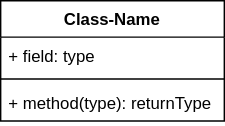
The draw.io diagram source/images/design_pattern/structural/class_diagram/class_methods.svg in SakulFlee/sakulflee.github.io, before a commit. Source tidied: cells renumbered, new cells last; positions are measured from the earlier drawing's top-left corner, leaving out a move shared by most shapes. Source of this version:
```xml
<mxGraphModel>
  <root>
    <mxCell id="0" />
    <mxCell id="1" parent="0" />
    <mxCell id="2" value="Class-Name" style="swimlane;fontStyle=1;align=center;verticalAlign=top;horizontal=1;startSize=26;" parent="1" vertex="1">
      <mxGeometry width="160" height="86" as="geometry" />
    </mxCell>
    <mxCell id="3" value="+ field: type" style="text;strokeColor=none;fillColor=none;align=left;verticalAlign=top;spacingLeft=4;spacingRight=4;overflow=hidden;" parent="2" vertex="1">
      <mxGeometry y="26" width="160" height="26" as="geometry" />
    </mxCell>
    <mxCell id="4" style="line;strokeWidth=1;fillColor=none;align=left;verticalAlign=middle;spacingTop=-1;spacingLeft=3;spacingRight=3;labelPosition=right;" parent="2" vertex="1">
      <mxGeometry y="52" width="160" height="8" as="geometry" />
    </mxCell>
    <mxCell id="5" value="+ method(type): returnType" style="text;strokeColor=none;fillColor=none;align=left;verticalAlign=top;spacingLeft=4;spacingRight=4;overflow=hidden;" parent="2" vertex="1">
      <mxGeometry y="60" width="160" height="26" as="geometry" />
    </mxCell>
  </root>
</mxGraphModel>
```
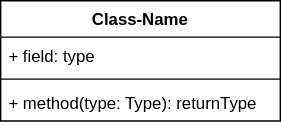
After the change.

The edit, as a diff of the source:
```diff
@@ -3,16 +3,16 @@
     <mxCell id="0" />
     <mxCell id="1" parent="0" />
     <mxCell id="2" value="Class-Name" style="swimlane;fontStyle=1;align=center;verticalAlign=top;horizontal=1;startSize=26;" parent="1" vertex="1">
-      <mxGeometry width="160" height="86" as="geometry" />
+      <mxGeometry width="200" height="86" as="geometry" />
     </mxCell>
     <mxCell id="3" value="+ field: type" style="text;strokeColor=none;fillColor=none;align=left;verticalAlign=top;spacingLeft=4;spacingRight=4;overflow=hidden;" parent="2" vertex="1">
-      <mxGeometry y="26" width="160" height="26" as="geometry" />
+      <mxGeometry y="26" width="200" height="26" as="geometry" />
     </mxCell>
     <mxCell id="4" style="line;strokeWidth=1;fillColor=none;align=left;verticalAlign=middle;spacingTop=-1;spacingLeft=3;spacingRight=3;labelPosition=right;" parent="2" vertex="1">
-      <mxGeometry y="52" width="160" height="8" as="geometry" />
+      <mxGeometry y="52" width="200" height="8" as="geometry" />
     </mxCell>
-    <mxCell id="5" value="+ method(type): returnType" style="text;strokeColor=none;fillColor=none;align=left;verticalAlign=top;spacingLeft=4;spacingRight=4;overflow=hidden;" parent="2" vertex="1">
-      <mxGeometry y="60" width="160" height="26" as="geometry" />
+    <mxCell id="5" value="+ method(type: Type): returnType" style="text;strokeColor=none;fillColor=none;align=left;verticalAlign=top;spacingLeft=4;spacingRight=4;overflow=hidden;" parent="2" vertex="1">
+      <mxGeometry y="60" width="200" height="26" as="geometry" />
     </mxCell>
   </root>
 </mxGraphModel>
```
